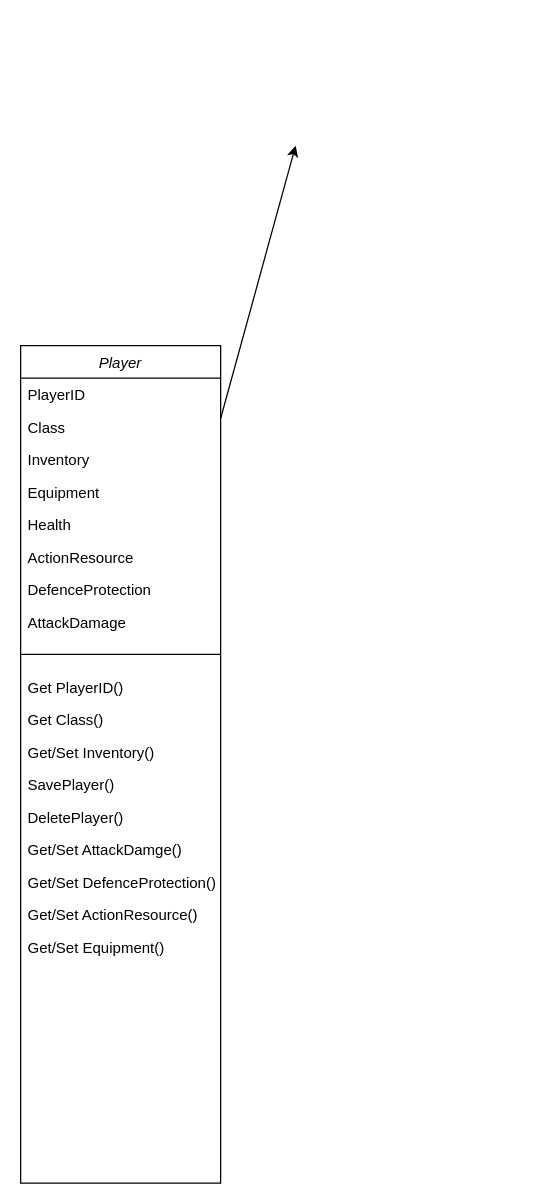
This is Untitled Diagram.drawio from K-Kretz/Console-Dungeon, a draw.io file, before an edit. Source tidied: cells renumbered, new cells numbered last; positions are measured from the earlier drawing's top-left corner, leaving out a move shared by most shapes. Both pictures are drawn from the tidied source at 125%, with x=0, y=0 at pixel (20, 145).
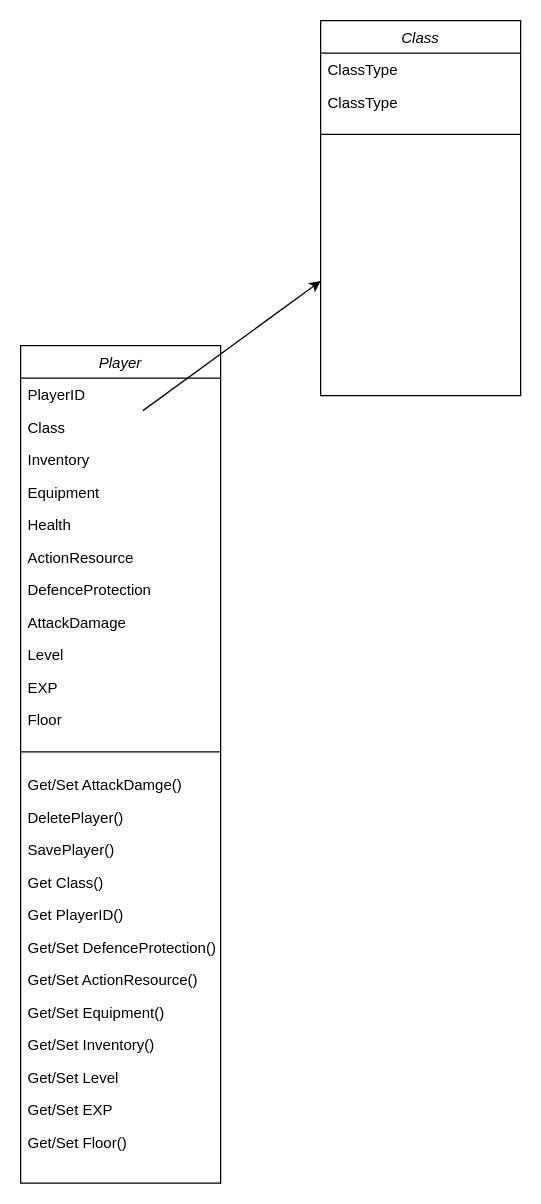
After the change.

The change refers to these unchanged cells:
```xml
<mxCell id="2" value="Player" style="swimlane;fontStyle=2;align=center;verticalAlign=top;horizontal=1;startSize=26;rounded=0;shadow=0;strokeWidth=1;" parent="1" vertex="1">
  <mxGeometry y="160" width="160" height="670" as="geometry" />
</mxCell>
<mxCell id="4" value="Class" style="text;align=left;verticalAlign=top;spacingLeft=4;spacingRight=4;overflow=hidden;points=[[0,0.5],[1,0.5]];portConstraint=eastwest;" parent="2" vertex="1">
  <mxGeometry y="52" width="160" height="26" as="geometry" />
</mxCell>
```

Change to the diagram source:
```diff
@@
+    <mxCell id="22" value="Level" style="text;align=left;verticalAlign=top;spacingLeft=4;spacingRight=4;overflow=hidden;" parent="2" vertex="1">
+      <mxGeometry y="234" width="160" height="26" as="geometry" />
+    </mxCell>
+    <mxCell id="23" value="EXP" style="text;align=left;verticalAlign=top;spacingLeft=4;spacingRight=4;overflow=hidden;" parent="2" vertex="1">
+      <mxGeometry y="260" width="160" height="26" as="geometry" />
+    </mxCell>
+    <mxCell id="24" value="Floor" style="text;align=left;verticalAlign=top;spacingLeft=4;spacingRight=4;overflow=hidden;" parent="2" vertex="1">
+      <mxGeometry y="286" width="160" height="26" as="geometry" />
+    </mxCell>
     <mxCell id="11" style="line;html=1;strokeWidth=1;align=left;verticalAlign=middle;spacingTop=-1;spacingLeft=3;spacingRight=3;labelPosition=right;" parent="2" vertex="1">
-      <mxGeometry y="234" width="160" height="26" as="geometry" />
+      <mxGeometry y="312" width="160" height="26" as="geometry" />
     </mxCell>
+    <mxCell id="17" value="Get/Set AttackDamge()" style="text;align=left;verticalAlign=top;spacingLeft=4;spacingRight=4;overflow=hidden;" parent="2" vertex="1">
+      <mxGeometry y="338" width="160" height="26" as="geometry" />
+    </mxCell>
+    <mxCell id="16" value="DeletePlayer()" style="text;align=left;verticalAlign=top;spacingLeft=4;spacingRight=4;overflow=hidden;" parent="2" vertex="1">
+      <mxGeometry y="364" width="160" height="26" as="geometry" />
+    </mxCell>
+    <mxCell id="15" value="SavePlayer()" style="text;align=left;verticalAlign=top;spacingLeft=4;spacingRight=4;overflow=hidden;" parent="2" vertex="1">
+      <mxGeometry y="390" width="160" height="26" as="geometry" />
+    </mxCell>
+    <mxCell id="13" value="Get Class()" style="text;align=left;verticalAlign=top;spacingLeft=4;spacingRight=4;overflow=hidden;" parent="2" vertex="1">
+      <mxGeometry y="416" width="160" height="26" as="geometry" />
+    </mxCell>
     <mxCell id="12" value="Get PlayerID()" style="text;align=left;verticalAlign=top;spacingLeft=4;spacingRight=4;overflow=hidden;" parent="2" vertex="1">
-      <mxGeometry y="260" width="160" height="26" as="geometry" />
+      <mxGeometry y="442" width="160" height="26" as="geometry" />
     </mxCell>
-    <mxCell id="13" value="Get Class()" style="text;align=left;verticalAlign=top;spacingLeft=4;spacingRight=4;overflow=hidden;" parent="2" vertex="1">
-      <mxGeometry y="286" width="160" height="26" as="geometry" />
-    </mxCell>
-    <mxCell id="14" value="Get/Set Inventory()" style="text;align=left;verticalAlign=top;spacingLeft=4;spacingRight=4;overflow=hidden;" parent="2" vertex="1">
-      <mxGeometry y="312" width="160" height="26" as="geometry" />
-    </mxCell>
-    <mxCell id="15" value="SavePlayer()" style="text;align=left;verticalAlign=top;spacingLeft=4;spacingRight=4;overflow=hidden;" parent="2" vertex="1">
-      <mxGeometry y="338" width="160" height="26" as="geometry" />
-    </mxCell>
-    <mxCell id="16" value="DeletePlayer()" style="text;align=left;verticalAlign=top;spacingLeft=4;spacingRight=4;overflow=hidden;" parent="2" vertex="1">
-      <mxGeometry y="364" width="160" height="26" as="geometry" />
-    </mxCell>
-    <mxCell id="17" value="Get/Set AttackDamge()" style="text;align=left;verticalAlign=top;spacingLeft=4;spacingRight=4;overflow=hidden;" parent="2" vertex="1">
-      <mxGeometry y="390" width="160" height="26" as="geometry" />
-    </mxCell>
     <mxCell id="18" value="Get/Set DefenceProtection()" style="text;align=left;verticalAlign=top;spacingLeft=4;spacingRight=4;overflow=hidden;" parent="2" vertex="1">
-      <mxGeometry y="416" width="160" height="26" as="geometry" />
+      <mxGeometry y="468" width="160" height="26" as="geometry" />
     </mxCell>
     <mxCell id="19" value="Get/Set ActionResource()" style="text;align=left;verticalAlign=top;spacingLeft=4;spacingRight=4;overflow=hidden;" parent="2" vertex="1">
-      <mxGeometry y="442" width="160" height="26" as="geometry" />
+      <mxGeometry y="494" width="160" height="26" as="geometry" />
     </mxCell>
     <mxCell id="20" value="Get/Set Equipment()" style="text;align=left;verticalAlign=top;spacingLeft=4;spacingRight=4;overflow=hidden;" parent="2" vertex="1">
-      <mxGeometry y="468" width="160" height="26" as="geometry" />
+      <mxGeometry y="520" width="160" height="26" as="geometry" />
     </mxCell>
+    <mxCell id="14" value="Get/Set Inventory()" style="text;align=left;verticalAlign=top;spacingLeft=4;spacingRight=4;overflow=hidden;" parent="2" vertex="1">
+      <mxGeometry y="546" width="160" height="26" as="geometry" />
+    </mxCell>
+    <mxCell id="25" value="Get/Set Level" style="text;align=left;verticalAlign=top;spacingLeft=4;spacingRight=4;overflow=hidden;" parent="2" vertex="1">
+      <mxGeometry y="572" width="160" height="26" as="geometry" />
+    </mxCell>
+    <mxCell id="26" value="Get/Set EXP" style="text;align=left;verticalAlign=top;spacingLeft=4;spacingRight=4;overflow=hidden;" parent="2" vertex="1">
+      <mxGeometry y="598" width="160" height="26" as="geometry" />
+    </mxCell>
+    <mxCell id="27" value="Get/Set Floor()" style="text;align=left;verticalAlign=top;spacingLeft=4;spacingRight=4;overflow=hidden;" parent="2" vertex="1">
+      <mxGeometry y="624" width="160" height="26" as="geometry" />
+    </mxCell>
-    <mxCell id="21" style="endArrow=classic;html=1;rounded=0;" parent="1" edge="1">
-      <mxGeometry relative="1" as="geometry">
-        <mxPoint x="160" y="218.3" as="sourcePoint" />
-        <mxPoint x="220" as="targetPoint" />
-      </mxGeometry>
+    <mxCell id="21" style="endArrow=classic;html=1;rounded=0;" parent="1" edge="1" source="4" target="28">
+      <mxGeometry relative="1" as="geometry" />
     </mxCell>
+    <mxCell id="28" value="Class" style="swimlane;fontStyle=2;align=center;verticalAlign=top;horizontal=1;startSize=26;rounded=0;shadow=0;strokeWidth=1;" parent="1" vertex="1">
+      <mxGeometry x="240" y="-100" width="160" height="300" as="geometry" />
+    </mxCell>
+    <mxCell id="29" value="ClassType" style="text;align=left;verticalAlign=top;spacingLeft=4;spacingRight=4;overflow=hidden;" parent="28" vertex="1">
+      <mxGeometry y="26" width="160" height="26" as="geometry" />
+    </mxCell>
+    <mxCell id="30" value="ClassType" style="text;align=left;verticalAlign=top;spacingLeft=4;spacingRight=4;overflow=hidden;" parent="28" vertex="1">
+      <mxGeometry y="52" width="160" height="26" as="geometry" />
+    </mxCell>
+    <mxCell id="31" style="line;html=1;strokeWidth=1;align=left;verticalAlign=middle;spacingTop=-1;spacingLeft=3;spacingRight=3;labelPosition=right;" parent="28" vertex="1">
+      <mxGeometry y="78" width="160" height="26" as="geometry" />
+    </mxCell>
```
